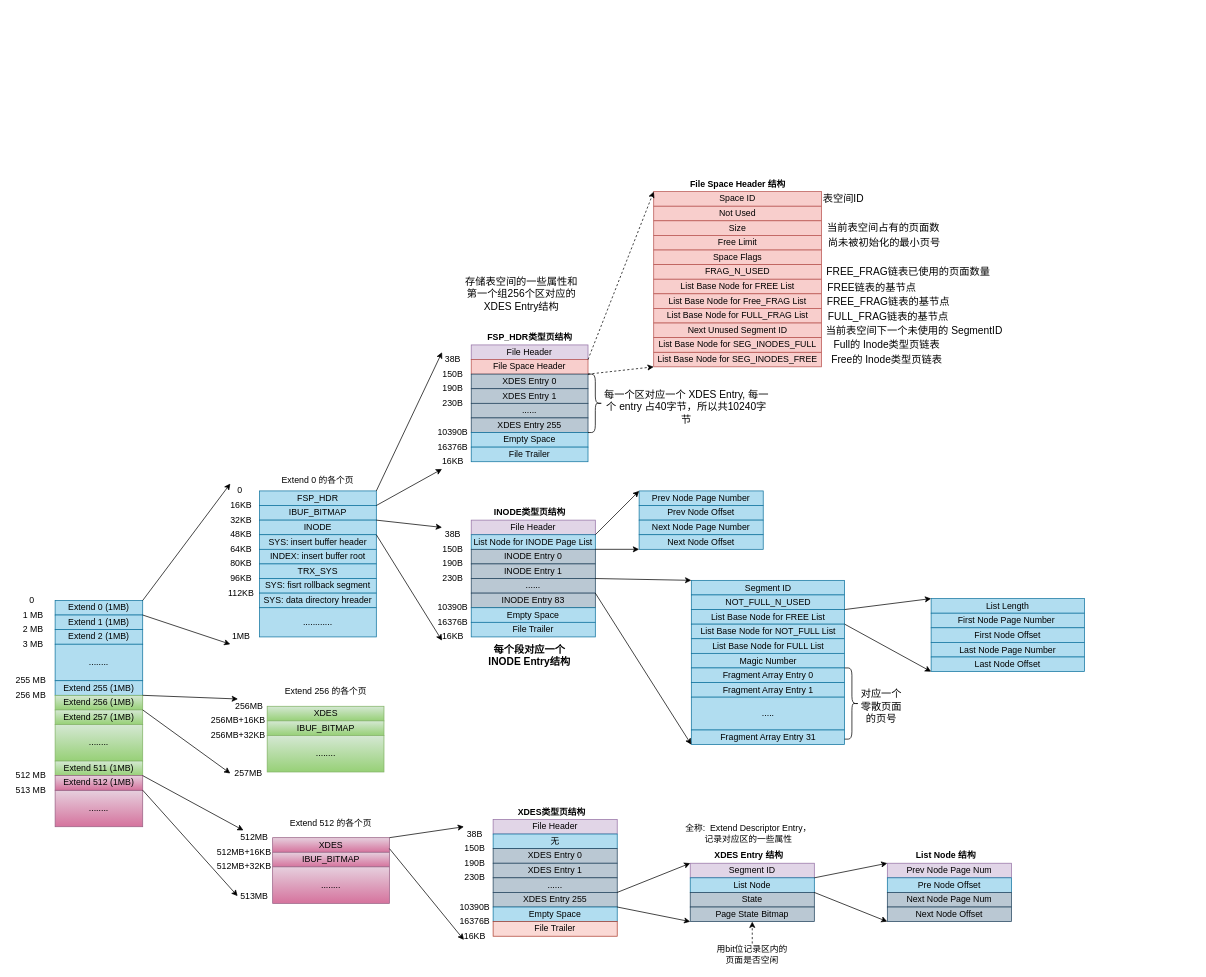
Earlier version of the draw.io diagram page "InnoDB表空间" (4 of 4) of MySQL是怎么运行的.drawio (JianHao-Chen/MySqlLearning). Source tidied: cells renumbered, new cells numbered last; positions are measured from the earlier drawing's top-left corner, leaving out a move shared by most shapes. Both pictures are drawn from the tidied source at 73%, with x=0, y=0 at pixel (12, 177).
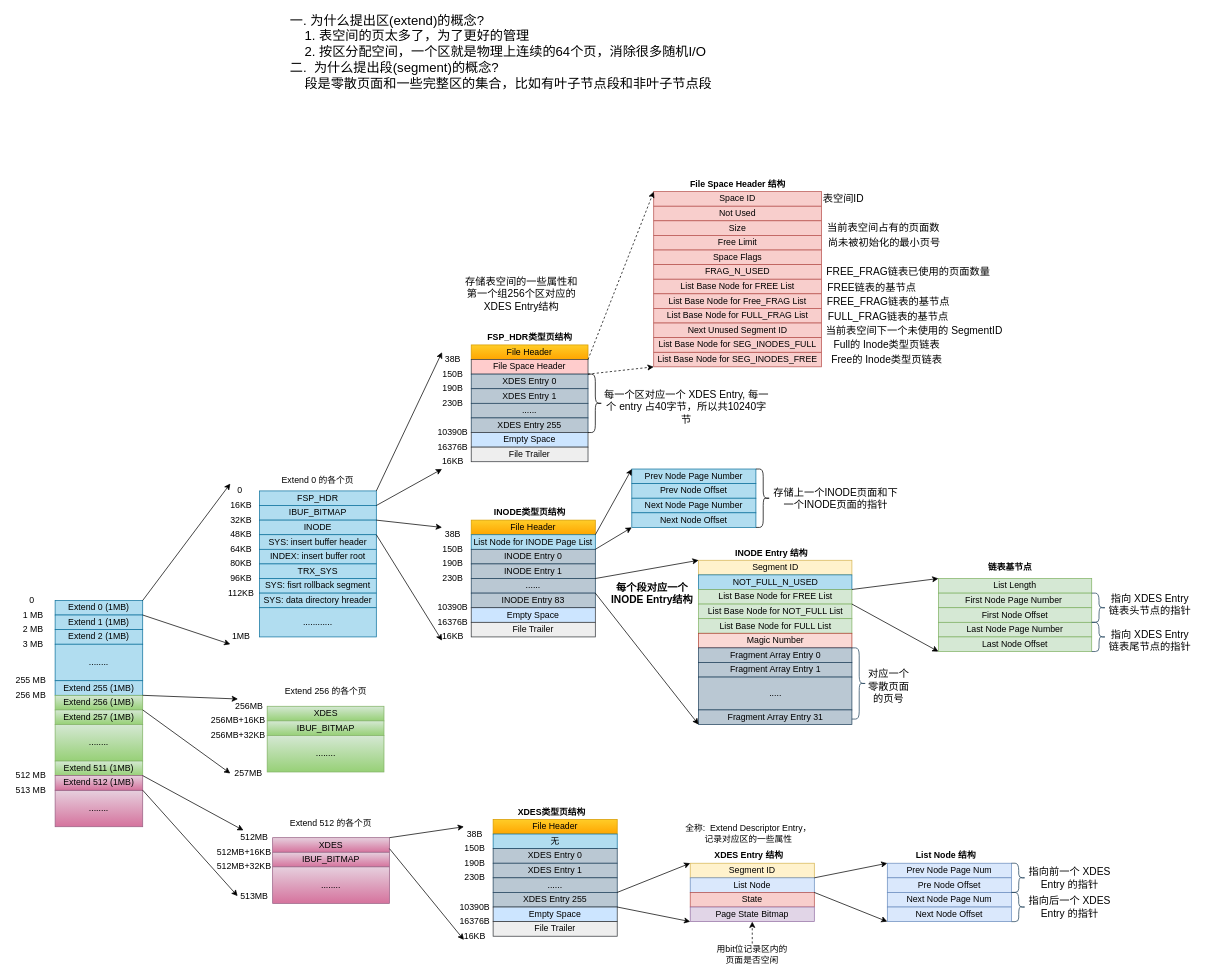
The same diagram, later.

What changed in the source:
```diff
@@
-    <mxCell id="62" value="File Header" style="rounded=0;whiteSpace=wrap;html=1;fillColor=#e1d5e7;strokeColor=#9673a6;" parent="1" vertex="1">
+    <mxCell id="62" value="File Header" style="rounded=0;whiteSpace=wrap;html=1;fillColor=#ffcd28;strokeColor=#d79b00;gradientColor=#ffa500;" parent="1" vertex="1">
       <mxGeometry x="628" y="230" width="160" height="20" as="geometry" />
     </mxCell>
-    <mxCell id="63" value="File Space Header" style="rounded=0;whiteSpace=wrap;html=1;fillColor=#f8cecc;strokeColor=#b85450;" parent="1" vertex="1">
+    <mxCell id="63" value="File Space Header" style="rounded=0;whiteSpace=wrap;html=1;fillColor=#ffcccc;strokeColor=#36393d;" parent="1" vertex="1">
       <mxGeometry x="628" y="250" width="160" height="20" as="geometry" />
     </mxCell>
@@
-    <mxCell id="68" value="Empty Space" style="rounded=0;whiteSpace=wrap;html=1;fillColor=#b1ddf0;strokeColor=#10739e;" parent="1" vertex="1">
+    <mxCell id="68" value="Empty Space" style="rounded=0;whiteSpace=wrap;html=1;fillColor=#cce5ff;strokeColor=#36393d;" parent="1" vertex="1">
       <mxGeometry x="628" y="350" width="160" height="20" as="geometry" />
     </mxCell>
-    <mxCell id="69" value="File Trailer" style="rounded=0;whiteSpace=wrap;html=1;fillColor=#b1ddf0;strokeColor=#10739e;" parent="1" vertex="1">
+    <mxCell id="69" value="File Trailer" style="rounded=0;whiteSpace=wrap;html=1;fillColor=#eeeeee;strokeColor=#36393d;" parent="1" vertex="1">
       <mxGeometry x="628" y="370" width="160" height="20" as="geometry" />
     </mxCell>
@@
-    <mxCell id="80" value="File Header" style="rounded=0;whiteSpace=wrap;html=1;fillColor=#e1d5e7;strokeColor=#9673a6;" parent="1" vertex="1">
+    <mxCell id="80" value="File Header" style="rounded=0;whiteSpace=wrap;html=1;fillColor=#ffcd28;strokeColor=#d79b00;gradientColor=#ffa500;" parent="1" vertex="1">
       <mxGeometry x="628" y="470" width="170" height="20" as="geometry" />
     </mxCell>
@@
-    <mxCell id="86" value="Empty Space" style="rounded=0;whiteSpace=wrap;html=1;fillColor=#b1ddf0;strokeColor=#10739e;" parent="1" vertex="1">
+    <mxCell id="86" value="Empty Space" style="rounded=0;whiteSpace=wrap;html=1;fillColor=#cce5ff;strokeColor=#36393d;" parent="1" vertex="1">
       <mxGeometry x="628" y="590" width="170" height="20" as="geometry" />
     </mxCell>
-    <mxCell id="87" value="File Trailer" style="rounded=0;whiteSpace=wrap;html=1;fillColor=#b1ddf0;strokeColor=#10739e;" parent="1" vertex="1">
+    <mxCell id="87" value="File Trailer" style="rounded=0;whiteSpace=wrap;html=1;fillColor=#eeeeee;strokeColor=#36393d;" parent="1" vertex="1">
       <mxGeometry x="628" y="610" width="170" height="20" as="geometry" />
     </mxCell>
@@
     <mxCell id="98" value="Prev Node Page Number" style="rounded=0;whiteSpace=wrap;html=1;fillColor=#b1ddf0;strokeColor=#10739e;" parent="1" vertex="1">
-      <mxGeometry x="858" y="430" width="170" height="20" as="geometry" />
+      <mxGeometry x="848" y="400" width="170" height="20" as="geometry" />
     </mxCell>
     <mxCell id="99" value="Prev Node Offset" style="rounded=0;whiteSpace=wrap;html=1;fillColor=#b1ddf0;strokeColor=#10739e;" parent="1" vertex="1">
-      <mxGeometry x="858" y="450" width="170" height="20" as="geometry" />
+      <mxGeometry x="848" y="420" width="170" height="20" as="geometry" />
     </mxCell>
     <mxCell id="100" value="Next Node Page Number" style="rounded=0;whiteSpace=wrap;html=1;fillColor=#b1ddf0;strokeColor=#10739e;" parent="1" vertex="1">
-      <mxGeometry x="858" y="470" width="170" height="20" as="geometry" />
+      <mxGeometry x="848" y="440" width="170" height="20" as="geometry" />
     </mxCell>
     <mxCell id="101" value="Next Node Offset" style="rounded=0;whiteSpace=wrap;html=1;fillColor=#b1ddf0;strokeColor=#10739e;" parent="1" vertex="1">
-      <mxGeometry x="858" y="490" width="170" height="20" as="geometry" />
+      <mxGeometry x="848" y="460" width="170" height="20" as="geometry" />
     </mxCell>
@@
-    <mxCell id="117" value="File Header" style="rounded=0;whiteSpace=wrap;html=1;fillColor=#e1d5e7;strokeColor=#9673a6;" parent="1" vertex="1">
+    <mxCell id="117" value="File Header" style="rounded=0;whiteSpace=wrap;html=1;fillColor=#ffcd28;strokeColor=#d79b00;gradientColor=#ffa500;" parent="1" vertex="1">
       <mxGeometry x="658" y="880" width="170" height="20" as="geometry" />
     </mxCell>
@@
-    <mxCell id="123" value="Empty Space" style="rounded=0;whiteSpace=wrap;html=1;fillColor=#b1ddf0;strokeColor=#10739e;" parent="1" vertex="1">
+    <mxCell id="123" value="Empty Space" style="rounded=0;whiteSpace=wrap;html=1;fillColor=#cce5ff;strokeColor=#36393d;" parent="1" vertex="1">
       <mxGeometry x="658" y="1000" width="170" height="20" as="geometry" />
     </mxCell>
-    <mxCell id="124" value="File Trailer" style="rounded=0;whiteSpace=wrap;html=1;fillColor=#fad9d5;strokeColor=#ae4132;" parent="1" vertex="1">
+    <mxCell id="124" value="File Trailer" style="rounded=0;whiteSpace=wrap;html=1;fillColor=#eeeeee;strokeColor=#36393d;" parent="1" vertex="1">
       <mxGeometry x="658" y="1020" width="170" height="20" as="geometry" />
     </mxCell>
@@
-    <mxCell id="133" value="Segment ID" style="rounded=0;whiteSpace=wrap;html=1;fillColor=#e1d5e7;strokeColor=#9673a6;" parent="1" vertex="1">
+    <mxCell id="133" value="Segment ID" style="rounded=0;whiteSpace=wrap;html=1;fillColor=#fff2cc;strokeColor=#d6b656;" parent="1" vertex="1">
       <mxGeometry x="928" y="940" width="170" height="20" as="geometry" />
     </mxCell>
-    <mxCell id="134" value="List Node" style="rounded=0;whiteSpace=wrap;html=1;fillColor=#b1ddf0;strokeColor=#10739e;" parent="1" vertex="1">
+    <mxCell id="134" value="List Node" style="rounded=0;whiteSpace=wrap;html=1;fillColor=#dae8fc;strokeColor=#6c8ebf;" parent="1" vertex="1">
       <mxGeometry x="928" y="960" width="170" height="20" as="geometry" />
     </mxCell>
-    <mxCell id="135" value="State" style="rounded=0;whiteSpace=wrap;html=1;fillColor=#bac8d3;strokeColor=#23445d;" parent="1" vertex="1">
+    <mxCell id="135" value="State" style="rounded=0;whiteSpace=wrap;html=1;fillColor=#f8cecc;strokeColor=#b85450;" parent="1" vertex="1">
       <mxGeometry x="928" y="980" width="170" height="20" as="geometry" />
     </mxCell>
-    <mxCell id="136" value="Page State Bitmap" style="rounded=0;whiteSpace=wrap;html=1;fillColor=#bac8d3;strokeColor=#23445d;" parent="1" vertex="1">
+    <mxCell id="136" value="Page State Bitmap" style="rounded=0;whiteSpace=wrap;html=1;fillColor=#e1d5e7;strokeColor=#9673a6;" parent="1" vertex="1">
       <mxGeometry x="928" y="1000" width="170" height="20" as="geometry" />
     </mxCell>
@@
-    <mxCell id="138" value="Prev Node Page Num" style="rounded=0;whiteSpace=wrap;html=1;fillColor=#e1d5e7;strokeColor=#9673a6;" parent="1" vertex="1">
+    <mxCell id="138" value="Prev Node Page Num" style="rounded=0;whiteSpace=wrap;html=1;fillColor=#dae8fc;strokeColor=#6c8ebf;" parent="1" vertex="1">
       <mxGeometry x="1198" y="940" width="170" height="20" as="geometry" />
     </mxCell>
-    <mxCell id="139" value="Pre Node Offset" style="rounded=0;whiteSpace=wrap;html=1;fillColor=#b1ddf0;strokeColor=#10739e;" parent="1" vertex="1">
+    <mxCell id="139" value="Pre Node Offset" style="rounded=0;whiteSpace=wrap;html=1;fillColor=#dae8fc;strokeColor=#6c8ebf;" parent="1" vertex="1">
       <mxGeometry x="1198" y="960" width="170" height="20" as="geometry" />
     </mxCell>
-    <mxCell id="140" value="Next Node Page Num" style="rounded=0;whiteSpace=wrap;html=1;fillColor=#bac8d3;strokeColor=#23445d;" parent="1" vertex="1">
+    <mxCell id="140" value="Next Node Page Num" style="rounded=0;whiteSpace=wrap;html=1;fillColor=#dae8fc;strokeColor=#6c8ebf;" parent="1" vertex="1">
       <mxGeometry x="1198" y="980" width="170" height="20" as="geometry" />
     </mxCell>
-    <mxCell id="141" value="Next Node Offset" style="rounded=0;whiteSpace=wrap;html=1;fillColor=#bac8d3;strokeColor=#23445d;" parent="1" vertex="1">
+    <mxCell id="141" value="Next Node Offset" style="rounded=0;whiteSpace=wrap;html=1;fillColor=#dae8fc;strokeColor=#6c8ebf;" parent="1" vertex="1">
       <mxGeometry x="1198" y="1000" width="170" height="20" as="geometry" />
     </mxCell>
@@
-    <mxCell id="147" value="Segment ID" style="rounded=0;whiteSpace=wrap;html=1;fillColor=#b1ddf0;strokeColor=#10739e;" parent="1" vertex="1">
-      <mxGeometry x="929.5" y="552.5" width="210" height="20" as="geometry" />
+    <mxCell id="147" value="Segment ID" style="rounded=0;whiteSpace=wrap;html=1;fillColor=#fff2cc;strokeColor=#d6b656;" parent="1" vertex="1">
+      <mxGeometry x="939.5" y="525" width="210" height="20" as="geometry" />
     </mxCell>
     <mxCell id="148" value="NOT_FULL_N_USED" style="rounded=0;whiteSpace=wrap;html=1;fillColor=#b1ddf0;strokeColor=#10739e;" parent="1" vertex="1">
-      <mxGeometry x="929.5" y="572.5" width="210" height="20" as="geometry" />
+      <mxGeometry x="939.5" y="545" width="210" height="20" as="geometry" />
     </mxCell>
-    <mxCell id="149" value="List Base Node for FREE List" style="rounded=0;whiteSpace=wrap;html=1;fillColor=#b1ddf0;strokeColor=#10739e;" parent="1" vertex="1">
-      <mxGeometry x="929.5" y="592.5" width="210" height="20" as="geometry" />
+    <mxCell id="149" value="List Base Node for FREE List" style="rounded=0;whiteSpace=wrap;html=1;fillColor=#d5e8d4;strokeColor=#82b366;" parent="1" vertex="1">
+      <mxGeometry x="939.5" y="565" width="210" height="20" as="geometry" />
     </mxCell>
-    <mxCell id="150" value="List Base Node for NOT_FULL List" style="rounded=0;whiteSpace=wrap;html=1;fillColor=#b1ddf0;strokeColor=#10739e;" parent="1" vertex="1">
-      <mxGeometry x="929.5" y="612.5" width="210" height="20" as="geometry" />
+    <mxCell id="150" value="List Base Node for NOT_FULL List" style="rounded=0;whiteSpace=wrap;html=1;fillColor=#d5e8d4;strokeColor=#82b366;" parent="1" vertex="1">
+      <mxGeometry x="939.5" y="585" width="210" height="20" as="geometry" />
     </mxCell>
-    <mxCell id="151" value="List Base Node for FULL List" style="rounded=0;whiteSpace=wrap;html=1;fillColor=#b1ddf0;strokeColor=#10739e;" parent="1" vertex="1">
-      <mxGeometry x="929.5" y="632.5" width="210" height="20" as="geometry" />
+    <mxCell id="151" value="List Base Node for FULL List" style="rounded=0;whiteSpace=wrap;html=1;fillColor=#d5e8d4;strokeColor=#82b366;" parent="1" vertex="1">
+      <mxGeometry x="939.5" y="605" width="210" height="20" as="geometry" />
     </mxCell>
-    <mxCell id="152" value="Magic Number" style="rounded=0;whiteSpace=wrap;html=1;fillColor=#b1ddf0;strokeColor=#10739e;" parent="1" vertex="1">
-      <mxGeometry x="929.5" y="652.5" width="210" height="20" as="geometry" />
+    <mxCell id="152" value="Magic Number" style="rounded=0;whiteSpace=wrap;html=1;fillColor=#fad9d5;strokeColor=#ae4132;" parent="1" vertex="1">
+      <mxGeometry x="939.5" y="625" width="210" height="20" as="geometry" />
     </mxCell>
-    <mxCell id="153" value="Fragment Array Entry 0" style="rounded=0;whiteSpace=wrap;html=1;fillColor=#b1ddf0;strokeColor=#10739e;" parent="1" vertex="1">
-      <mxGeometry x="929.5" y="672.5" width="210" height="20" as="geometry" />
+    <mxCell id="153" value="Fragment Array Entry 0" style="rounded=0;whiteSpace=wrap;html=1;fillColor=#bac8d3;strokeColor=#23445d;" parent="1" vertex="1">
+      <mxGeometry x="939.5" y="645" width="210" height="20" as="geometry" />
     </mxCell>
-    <mxCell id="154" value="Fragment Array Entry 1" style="rounded=0;whiteSpace=wrap;html=1;fillColor=#b1ddf0;strokeColor=#10739e;" parent="1" vertex="1">
-      <mxGeometry x="929.5" y="692.5" width="210" height="20" as="geometry" />
+    <mxCell id="154" value="Fragment Array Entry 1" style="rounded=0;whiteSpace=wrap;html=1;fillColor=#bac8d3;strokeColor=#23445d;" parent="1" vertex="1">
+      <mxGeometry x="939.5" y="665" width="210" height="20" as="geometry" />
     </mxCell>
-    <mxCell id="155" value="....." style="rounded=0;whiteSpace=wrap;html=1;fillColor=#b1ddf0;strokeColor=#10739e;" parent="1" vertex="1">
-      <mxGeometry x="929.5" y="712.5" width="210" height="45" as="geometry" />
+    <mxCell id="155" value="....." style="rounded=0;whiteSpace=wrap;html=1;fillColor=#bac8d3;strokeColor=#23445d;" parent="1" vertex="1">
+      <mxGeometry x="939.5" y="685" width="210" height="45" as="geometry" />
     </mxCell>
-    <mxCell id="156" value="Fragment Array Entry 31" style="rounded=0;whiteSpace=wrap;html=1;fillColor=#b1ddf0;strokeColor=#10739e;" parent="1" vertex="1">
-      <mxGeometry x="929.5" y="757.5" width="210" height="20" as="geometry" />
+    <mxCell id="156" value="Fragment Array Entry 31" style="rounded=0;whiteSpace=wrap;html=1;fillColor=#bac8d3;strokeColor=#23445d;" parent="1" vertex="1">
+      <mxGeometry x="939.5" y="730" width="210" height="20" as="geometry" />
     </mxCell>
@@
-    <mxCell id="159" value="List Length" style="rounded=0;whiteSpace=wrap;html=1;fillColor=#b1ddf0;strokeColor=#10739e;" parent="1" vertex="1">
-      <mxGeometry x="1258" y="577.5" width="210" height="20" as="geometry" />
+    <mxCell id="159" value="List Length" style="rounded=0;whiteSpace=wrap;html=1;fillColor=#d5e8d4;strokeColor=#82b366;" parent="1" vertex="1">
+      <mxGeometry x="1268" y="550" width="210" height="20" as="geometry" />
     </mxCell>
-    <mxCell id="160" value="First Node Page Number&amp;nbsp;" style="rounded=0;whiteSpace=wrap;html=1;fillColor=#b1ddf0;strokeColor=#10739e;" parent="1" vertex="1">
-      <mxGeometry x="1258" y="597.5" width="210" height="20" as="geometry" />
+    <mxCell id="160" value="First Node Page Number&amp;nbsp;" style="rounded=0;whiteSpace=wrap;html=1;fillColor=#d5e8d4;strokeColor=#82b366;" parent="1" vertex="1">
+      <mxGeometry x="1268" y="570" width="210" height="20" as="geometry" />
     </mxCell>
-    <mxCell id="161" value="First Node Offset" style="rounded=0;whiteSpace=wrap;html=1;fillColor=#b1ddf0;strokeColor=#10739e;" parent="1" vertex="1">
-      <mxGeometry x="1258" y="617.5" width="210" height="20" as="geometry" />
+    <mxCell id="161" value="First Node Offset" style="rounded=0;whiteSpace=wrap;html=1;fillColor=#d5e8d4;strokeColor=#82b366;" parent="1" vertex="1">
+      <mxGeometry x="1268" y="590" width="210" height="20" as="geometry" />
     </mxCell>
-    <mxCell id="162" value="Last Node Page Number" style="rounded=0;whiteSpace=wrap;html=1;fillColor=#b1ddf0;strokeColor=#10739e;" parent="1" vertex="1">
-      <mxGeometry x="1258" y="637.5" width="210" height="20" as="geometry" />
+    <mxCell id="162" value="Last Node Page Number" style="rounded=0;whiteSpace=wrap;html=1;fillColor=#d5e8d4;strokeColor=#82b366;" parent="1" vertex="1">
+      <mxGeometry x="1268" y="610" width="210" height="20" as="geometry" />
     </mxCell>
-    <mxCell id="163" value="Last Node Offset" style="rounded=0;whiteSpace=wrap;html=1;fillColor=#b1ddf0;strokeColor=#10739e;" parent="1" vertex="1">
-      <mxGeometry x="1258" y="657.5" width="210" height="20" as="geometry" />
+    <mxCell id="163" value="Last Node Offset" style="rounded=0;whiteSpace=wrap;html=1;fillColor=#d5e8d4;strokeColor=#82b366;" parent="1" vertex="1">
+      <mxGeometry x="1268" y="630" width="210" height="20" as="geometry" />
     </mxCell>
@@
     <mxCell id="171" value="&lt;b&gt;&lt;font style=&quot;font-size: 14px;&quot;&gt;每个段对应一个 INODE Entry结构&lt;/font&gt;&lt;/b&gt;" style="text;html=1;strokeColor=none;fillColor=none;align=center;verticalAlign=middle;whiteSpace=wrap;rounded=0;" parent="1" vertex="1">
-      <mxGeometry x="638.5" y="640" width="138" height="30" as="geometry" />
+      <mxGeometry x="806.5" y="555" width="138" height="30" as="geometry" />
     </mxCell>
-    <mxCell id="172" style="shape=curlyBracket;whiteSpace=wrap;html=1;rounded=1;flipH=1;fontSize=14;" parent="1" vertex="1">
-      <mxGeometry x="1139.5" y="672.5" width="20" height="97.5" as="geometry" />
+    <mxCell id="172" style="shape=curlyBracket;whiteSpace=wrap;html=1;rounded=1;flipH=1;fontSize=14;fillColor=#bac8d3;strokeColor=#23445d;" parent="1" vertex="1">
+      <mxGeometry x="1149.5" y="645" width="20" height="97.5" as="geometry" />
     </mxCell>
     <mxCell id="173" value="对应一个零散页面的页号" style="text;html=1;strokeColor=none;fillColor=none;align=center;verticalAlign=middle;whiteSpace=wrap;rounded=0;fontSize=14;" parent="1" vertex="1">
-      <mxGeometry x="1159.5" y="710" width="60" height="30" as="geometry" />
+      <mxGeometry x="1169.5" y="682.5" width="60" height="30" as="geometry" />
     </mxCell>
@@
+    <mxCell id="189" value="&lt;b&gt;INODE Entry 结构&lt;/b&gt;" style="text;html=1;strokeColor=none;fillColor=none;align=center;verticalAlign=middle;whiteSpace=wrap;rounded=0;" parent="1" vertex="1">
+      <mxGeometry x="971" y="505" width="137" height="20" as="geometry" />
+    </mxCell>
+    <mxCell id="190" value="存储上一个INODE页面和下一个INODE页面的指针" style="text;html=1;strokeColor=none;fillColor=none;align=center;verticalAlign=middle;whiteSpace=wrap;rounded=0;fontSize=14;" parent="1" vertex="1">
+      <mxGeometry x="1038" y="430" width="178.5" height="20" as="geometry" />
+    </mxCell>
+    <mxCell id="191" style="shape=curlyBracket;whiteSpace=wrap;html=1;rounded=1;flipH=1;fontSize=14;" parent="1" vertex="1">
+      <mxGeometry x="1018" y="400" width="20" height="80" as="geometry" />
+    </mxCell>
+    <mxCell id="192" value="&lt;font style=&quot;font-size: 18px;&quot;&gt;一. 为什么提出区(extend)的概念?&lt;br&gt;&amp;nbsp; &amp;nbsp; 1. 表空间的页太多了，为了更好的管理&lt;br&gt;&amp;nbsp; &amp;nbsp; 2. 按区分配空间，一个区就是物理上连续的64个页，消除很多随机I/O&lt;br&gt;二.&amp;nbsp; 为什么提出段(segment)的概念?&lt;br&gt;&amp;nbsp; &amp;nbsp; 段是零散页面和一些完整区的集合，比如有叶子节点段和非叶子节点段&lt;br&gt;&amp;nbsp; &amp;nbsp;&amp;nbsp;&lt;/font&gt;" style="text;html=1;strokeColor=none;fillColor=none;align=left;verticalAlign=middle;whiteSpace=wrap;rounded=0;fontSize=14;" parent="1" vertex="1">
+      <mxGeometry x="378" y="-220" width="670" height="120" as="geometry" />
+    </mxCell>
+    <mxCell id="193" value="&lt;b&gt;链表基节点&lt;/b&gt;" style="text;html=1;strokeColor=none;fillColor=none;align=center;verticalAlign=middle;whiteSpace=wrap;rounded=0;" parent="1" vertex="1">
+      <mxGeometry x="1298" y="525" width="137" height="20" as="geometry" />
+    </mxCell>
+    <mxCell id="194" style="shape=curlyBracket;whiteSpace=wrap;html=1;rounded=1;flipH=1;fontSize=14;fillColor=#bac8d3;strokeColor=#23445d;" parent="1" vertex="1">
+      <mxGeometry x="1478" y="570" width="20" height="40" as="geometry" />
+    </mxCell>
+    <mxCell id="195" value="指向 XDES Entry链表头节点的指针" style="text;html=1;strokeColor=none;fillColor=none;align=center;verticalAlign=middle;whiteSpace=wrap;rounded=0;fontSize=14;" parent="1" vertex="1">
+      <mxGeometry x="1498" y="570" width="120" height="30" as="geometry" />
+    </mxCell>
+    <mxCell id="196" style="shape=curlyBracket;whiteSpace=wrap;html=1;rounded=1;flipH=1;fontSize=14;fillColor=#bac8d3;strokeColor=#23445d;" parent="1" vertex="1">
+      <mxGeometry x="1478" y="610" width="20" height="40" as="geometry" />
+    </mxCell>
+    <mxCell id="197" value="指向 XDES Entry链表尾节点的指针" style="text;html=1;strokeColor=none;fillColor=none;align=center;verticalAlign=middle;whiteSpace=wrap;rounded=0;fontSize=14;" parent="1" vertex="1">
+      <mxGeometry x="1498" y="620" width="120" height="30" as="geometry" />
+    </mxCell>
+    <mxCell id="198" style="shape=curlyBracket;whiteSpace=wrap;html=1;rounded=1;flipH=1;fontSize=14;fillColor=#bac8d3;strokeColor=#23445d;" parent="1" vertex="1">
+      <mxGeometry x="1368" y="940" width="20" height="40" as="geometry" />
+    </mxCell>
+    <mxCell id="199" value="指向前一个 XDES Entry 的指针" style="text;html=1;strokeColor=none;fillColor=none;align=center;verticalAlign=middle;whiteSpace=wrap;rounded=0;fontSize=14;" parent="1" vertex="1">
+      <mxGeometry x="1388" y="945" width="120" height="30" as="geometry" />
+    </mxCell>
+    <mxCell id="200" style="shape=curlyBracket;whiteSpace=wrap;html=1;rounded=1;flipH=1;fontSize=14;fillColor=#bac8d3;strokeColor=#23445d;" parent="1" vertex="1">
+      <mxGeometry x="1368" y="980" width="20" height="40" as="geometry" />
+    </mxCell>
+    <mxCell id="201" value="指向后一个 XDES Entry 的指针" style="text;html=1;strokeColor=none;fillColor=none;align=center;verticalAlign=middle;whiteSpace=wrap;rounded=0;fontSize=14;" parent="1" vertex="1">
+      <mxGeometry x="1388" y="985" width="120" height="30" as="geometry" />
+    </mxCell>
```
